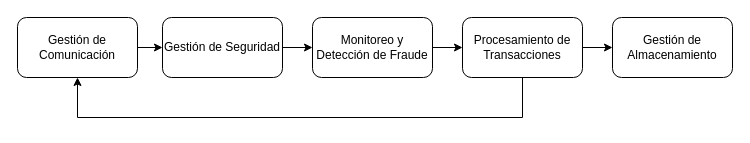
Before: GATEWAY_V1.drawio in mvespin1/DiagramasArquitecturaGrupo2, a draw.io diagram. Source tidied: cells renumbered, new cells numbered last; positions are measured from the earlier drawing's top-left corner, leaving out a move shared by most shapes. Both pictures are drawn from the tidied source at 100%, with x=0, y=0 at pixel (17, 17).
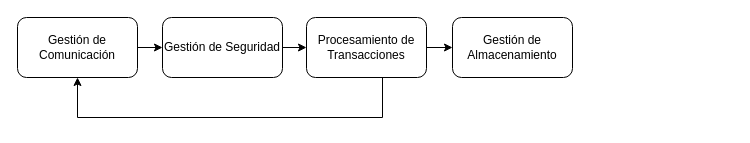
The same page after the edit.

Diff of the diagram source:
```diff
@@
 <mxGraphModel>
   <root>
     <mxCell id="0" />
     <mxCell id="1" parent="0" />
-    <mxCell id="2" style="edgeStyle=orthogonalEdgeStyle;rounded=0;jettySize=auto;html=1;exitX=1;exitY=0.5;exitDx=0;exitDy=0;entryX=0;entryY=0.5;entryDx=0;entryDy=0;" parent="1" edge="1" source="3" target="5">
-      <mxGeometry relative="1" as="geometry" />
-    </mxCell>
+    <mxCell id="12" style="edgeStyle=orthogonalEdgeStyle;rounded=0;jettySize=auto;html=1;exitX=1;exitY=0.5;exitDx=0;exitDy=0;entryX=0;entryY=0.5;entryDx=0;entryDy=0;" parent="1" edge="1" source="3" target="10">
+      <mxGeometry relative="1" as="geometry" />
+    </mxCell>
     <mxCell id="3" value="Gestión de Seguridad" style="rounded=1;whiteSpace=wrap;html=1;" parent="1" vertex="1">
       <mxGeometry x="145" width="120" height="60" as="geometry" />
     </mxCell>
-    <mxCell id="4" style="edgeStyle=orthogonalEdgeStyle;rounded=0;jettySize=auto;html=1;exitX=1;exitY=0.5;exitDx=0;exitDy=0;entryX=0;entryY=0.5;entryDx=0;entryDy=0;" parent="1" edge="1" source="5" target="10">
-      <mxGeometry relative="1" as="geometry" />
-    </mxCell>
-    <mxCell id="5" value="Monitoreo y Detección de Fraude" style="rounded=1;whiteSpace=wrap;html=1;" parent="1" vertex="1">
-      <mxGeometry x="295" width="120" height="60" as="geometry" />
-    </mxCell>
     <mxCell id="6" style="edgeStyle=orthogonalEdgeStyle;rounded=0;jettySize=auto;html=1;exitX=1;exitY=0.5;exitDx=0;exitDy=0;entryX=0;entryY=0.5;entryDx=0;entryDy=0;" parent="1" edge="1" source="7" target="3">
       <mxGeometry relative="1" as="geometry" />
     </mxCell>
     <mxCell id="7" value="Gestión de Comunicación" style="rounded=1;whiteSpace=wrap;html=1;" parent="1" vertex="1">
       <mxGeometry width="120" height="60" as="geometry" />
     </mxCell>
     <mxCell id="8" style="edgeStyle=orthogonalEdgeStyle;rounded=0;jettySize=auto;html=1;exitX=0.5;exitY=1;exitDx=0;exitDy=0;entryX=0.5;entryY=1;entryDx=0;entryDy=0;" parent="1" edge="1" source="10" target="7">
       <mxGeometry relative="1" as="geometry">
         <Array as="points">
-          <mxPoint x="505" y="100" />
+          <mxPoint x="365" y="100" />
           <mxPoint x="60" y="100" />
         </Array>
       </mxGeometry>
     </mxCell>
     <mxCell id="9" style="edgeStyle=orthogonalEdgeStyle;rounded=0;jettySize=auto;html=1;exitX=1;exitY=0.5;exitDx=0;exitDy=0;entryX=0;entryY=0.5;entryDx=0;entryDy=0;" parent="1" edge="1" source="10" target="11">
       <mxGeometry relative="1" as="geometry" />
     </mxCell>
     <mxCell id="10" value="Procesamiento de Transacciones" style="rounded=1;whiteSpace=wrap;html=1;" parent="1" vertex="1">
-      <mxGeometry x="445" width="120" height="60" as="geometry" />
+      <mxGeometry x="289" width="120" height="60" as="geometry" />
     </mxCell>
     <mxCell id="11" value="Gestión de Almacenamiento" style="rounded=1;whiteSpace=wrap;html=1;" parent="1" vertex="1">
-      <mxGeometry x="595" width="120" height="60" as="geometry" />
+      <mxGeometry x="435" width="120" height="60" as="geometry" />
     </mxCell>
   </root>
 </mxGraphModel>
```
